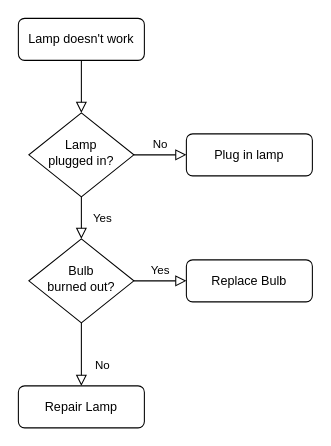
This is Untitled Diagram.drawio from yeimy-18/proyecto-final, a draw.io file, before an edit. Source tidied: cells renumbered, new cells numbered last; positions are measured from the earlier drawing's top-left corner, leaving out a move shared by most shapes. Both pictures are drawn from the tidied source at 105%, with x=0, y=0 at pixel (18, 18).
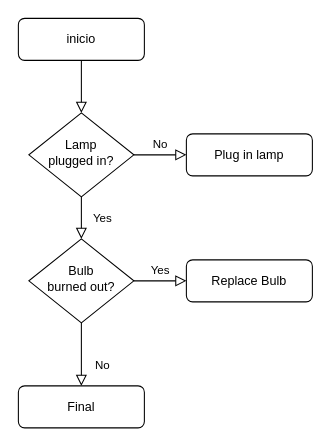
After the change.

What changed in the source:
```diff
@@
 <mxGraphModel>
   <root>
     <mxCell id="0" />
     <mxCell id="1" parent="0" />
     <mxCell id="2" style="rounded=0;html=1;jettySize=auto;fontSize=11;endArrow=block;endFill=0;endSize=8;strokeWidth=1;shadow=0;labelBackgroundColor=none;edgeStyle=orthogonalEdgeStyle;" parent="1" edge="1" source="3" target="6">
       <mxGeometry relative="1" as="geometry" />
     </mxCell>
-    <mxCell id="3" value="Lamp doesn't work" style="rounded=1;whiteSpace=wrap;html=1;fontSize=12;glass=0;strokeWidth=1;shadow=0;" parent="1" vertex="1">
+    <mxCell id="3" value="inicio" style="rounded=1;whiteSpace=wrap;html=1;fontSize=12;glass=0;strokeWidth=1;shadow=0;" parent="1" vertex="1">
       <mxGeometry width="120" height="40" as="geometry" />
     </mxCell>
     <mxCell id="4" value="Yes" style="rounded=0;html=1;jettySize=auto;fontSize=11;endArrow=block;endFill=0;endSize=8;strokeWidth=1;shadow=0;labelBackgroundColor=none;edgeStyle=orthogonalEdgeStyle;" parent="1" edge="1" source="6" target="10">
       <mxGeometry y="20" relative="1" as="geometry" />
     </mxCell>
     <mxCell id="5" value="No" style="edgeStyle=orthogonalEdgeStyle;rounded=0;html=1;jettySize=auto;fontSize=11;endArrow=block;endFill=0;endSize=8;strokeWidth=1;shadow=0;labelBackgroundColor=none;" parent="1" edge="1" source="6" target="7">
       <mxGeometry y="10" relative="1" as="geometry" />
     </mxCell>
     <mxCell id="6" value="Lamp&lt;br&gt;plugged in?" style="rhombus;whiteSpace=wrap;html=1;shadow=0;fontFamily=Helvetica;fontSize=12;align=center;strokeWidth=1;spacing=6;spacingTop=-4;" parent="1" vertex="1">
       <mxGeometry x="10" y="90" width="100" height="80" as="geometry" />
     </mxCell>
     <mxCell id="7" value="Plug in lamp" style="rounded=1;whiteSpace=wrap;html=1;fontSize=12;glass=0;strokeWidth=1;shadow=0;" parent="1" vertex="1">
       <mxGeometry x="160" y="110" width="120" height="40" as="geometry" />
     </mxCell>
     <mxCell id="8" value="No" style="rounded=0;html=1;jettySize=auto;fontSize=11;endArrow=block;endFill=0;endSize=8;strokeWidth=1;shadow=0;labelBackgroundColor=none;edgeStyle=orthogonalEdgeStyle;" parent="1" edge="1" source="10" target="11">
       <mxGeometry x="0.33" y="20" relative="1" as="geometry" />
     </mxCell>
     <mxCell id="9" value="Yes" style="edgeStyle=orthogonalEdgeStyle;rounded=0;html=1;jettySize=auto;fontSize=11;endArrow=block;endFill=0;endSize=8;strokeWidth=1;shadow=0;labelBackgroundColor=none;" parent="1" edge="1" source="10" target="12">
       <mxGeometry y="10" relative="1" as="geometry" />
     </mxCell>
     <mxCell id="10" value="Bulb&lt;br&gt;burned out?" style="rhombus;whiteSpace=wrap;html=1;shadow=0;fontFamily=Helvetica;fontSize=12;align=center;strokeWidth=1;spacing=6;spacingTop=-4;" parent="1" vertex="1">
       <mxGeometry x="10" y="210" width="100" height="80" as="geometry" />
     </mxCell>
-    <mxCell id="11" value="Repair Lamp" style="rounded=1;whiteSpace=wrap;html=1;fontSize=12;glass=0;strokeWidth=1;shadow=0;" parent="1" vertex="1">
+    <mxCell id="11" value="&lt;div&gt;Final&lt;/div&gt;" style="rounded=1;whiteSpace=wrap;html=1;fontSize=12;glass=0;strokeWidth=1;shadow=0;" parent="1" vertex="1">
       <mxGeometry y="350" width="120" height="40" as="geometry" />
     </mxCell>
     <mxCell id="12" value="Replace Bulb" style="rounded=1;whiteSpace=wrap;html=1;fontSize=12;glass=0;strokeWidth=1;shadow=0;" parent="1" vertex="1">
       <mxGeometry x="160" y="230" width="120" height="40" as="geometry" />
     </mxCell>
   </root>
 </mxGraphModel>
```
